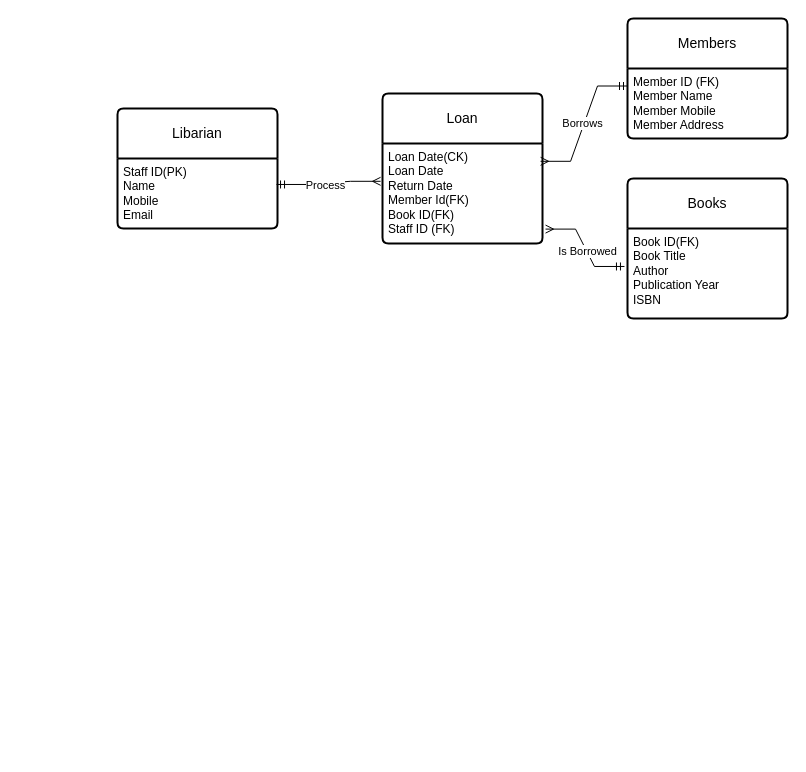
The draw.io diagram Untitled Diagram.drawio in TamaMak/at1, before the edit. Source tidied: cells renumbered, new cells numbered last; positions are measured from the earlier drawing's top-left corner, leaving out a move shared by most shapes. Both pictures are drawn from the tidied source at 100%, with x=0, y=0 at pixel (117, 18).
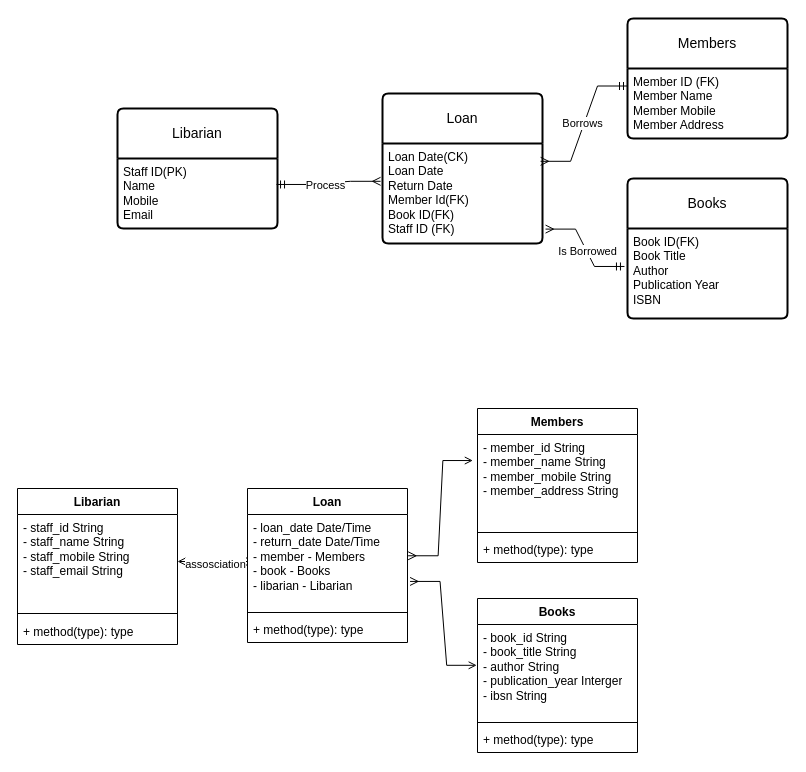
Above is the later version.

Change to the diagram source:
```diff
@@
+    <mxCell id="16" value="Books" style="swimlane;fontStyle=1;align=center;verticalAlign=top;horizontal=1;startSize=26;whiteSpace=wrap;html=1;" parent="1" vertex="1">
+      <mxGeometry x="360" y="580" width="160" height="154" as="geometry" />
+    </mxCell>
+    <mxCell id="17" value="&lt;span style=&quot;text-wrap: nowrap;&quot;&gt;- book_id String&lt;/span&gt;&lt;div style=&quot;text-wrap: nowrap;&quot;&gt;- book_title&amp;nbsp;&lt;span style=&quot;background-color: initial;&quot;&gt;String&lt;/span&gt;&lt;/div&gt;&lt;div style=&quot;text-wrap: nowrap;&quot;&gt;- author&amp;nbsp;&lt;span style=&quot;background-color: initial;&quot;&gt;String&lt;/span&gt;&lt;/div&gt;&lt;div style=&quot;text-wrap: nowrap;&quot;&gt;- publication_year Interger&lt;/div&gt;&lt;div style=&quot;text-wrap: nowrap;&quot;&gt;- ibsn String&lt;/div&gt;" style="text;strokeColor=none;fillColor=none;align=left;verticalAlign=top;spacingLeft=4;spacingRight=4;overflow=hidden;points=[[0,0.5],[1,0.5]];portConstraint=eastwest;whiteSpace=wrap;html=1;" parent="16" vertex="1">
+      <mxGeometry y="26" width="160" height="94" as="geometry" />
+    </mxCell>
+    <mxCell id="18" style="line;strokeWidth=1;fillColor=none;align=left;verticalAlign=middle;spacingTop=-1;spacingLeft=3;spacingRight=3;labelPosition=right;strokeColor=inherit;" parent="16" vertex="1">
+      <mxGeometry y="120" width="160" height="8" as="geometry" />
+    </mxCell>
+    <mxCell id="19" value="+ method(type): type" style="text;strokeColor=none;fillColor=none;align=left;verticalAlign=top;spacingLeft=4;spacingRight=4;overflow=hidden;whiteSpace=wrap;html=1;" parent="16" vertex="1">
+      <mxGeometry y="128" width="160" height="26" as="geometry" />
+    </mxCell>
+    <mxCell id="20" value="Members" style="swimlane;fontStyle=1;align=center;verticalAlign=top;horizontal=1;startSize=26;whiteSpace=wrap;html=1;" parent="1" vertex="1">
+      <mxGeometry x="360" y="390" width="160" height="154" as="geometry" />
+    </mxCell>
+    <mxCell id="21" value="&lt;span style=&quot;text-wrap: nowrap;&quot;&gt;- member_id String&lt;/span&gt;&lt;div style=&quot;text-wrap: nowrap;&quot;&gt;- member_name&amp;nbsp;&lt;span style=&quot;background-color: initial;&quot;&gt;String&lt;/span&gt;&lt;/div&gt;&lt;div style=&quot;text-wrap: nowrap;&quot;&gt;- member_mobile&amp;nbsp;&lt;span style=&quot;background-color: initial;&quot;&gt;String&lt;/span&gt;&lt;/div&gt;&lt;div style=&quot;text-wrap: nowrap;&quot;&gt;- member_address&amp;nbsp;&lt;span style=&quot;background-color: initial;&quot;&gt;String&lt;/span&gt;&lt;/div&gt;" style="text;strokeColor=none;fillColor=none;align=left;verticalAlign=top;spacingLeft=4;spacingRight=4;overflow=hidden;points=[[0,0.5],[1,0.5]];portConstraint=eastwest;whiteSpace=wrap;html=1;" parent="20" vertex="1">
+      <mxGeometry y="26" width="160" height="94" as="geometry" />
+    </mxCell>
+    <mxCell id="22" style="line;strokeWidth=1;fillColor=none;align=left;verticalAlign=middle;spacingTop=-1;spacingLeft=3;spacingRight=3;labelPosition=right;strokeColor=inherit;" parent="20" vertex="1">
+      <mxGeometry y="120" width="160" height="8" as="geometry" />
+    </mxCell>
+    <mxCell id="23" value="+ method(type): type" style="text;strokeColor=none;fillColor=none;align=left;verticalAlign=top;spacingLeft=4;spacingRight=4;overflow=hidden;whiteSpace=wrap;html=1;" parent="20" vertex="1">
+      <mxGeometry y="128" width="160" height="26" as="geometry" />
+    </mxCell>
+    <mxCell id="24" value="Loan" style="swimlane;fontStyle=1;align=center;verticalAlign=top;horizontal=1;startSize=26;whiteSpace=wrap;html=1;" parent="1" vertex="1">
+      <mxGeometry x="130" y="470" width="160" height="154" as="geometry" />
+    </mxCell>
+    <mxCell id="25" value="&lt;div style=&quot;text-wrap: nowrap;&quot;&gt;- loan_date&amp;nbsp;&lt;span style=&quot;background-color: initial;&quot;&gt;Date/Time&lt;/span&gt;&lt;/div&gt;&lt;div style=&quot;text-wrap: nowrap;&quot;&gt;- return_date Date/Time&lt;/div&gt;&lt;div style=&quot;text-wrap: nowrap;&quot;&gt;- member - Members&lt;/div&gt;&lt;div style=&quot;text-wrap: nowrap;&quot;&gt;&lt;span style=&quot;background-color: initial;&quot;&gt;- book - Books&lt;/span&gt;&lt;/div&gt;&lt;div style=&quot;text-wrap: nowrap;&quot;&gt;- libarian - Libarian&lt;/div&gt;" style="text;strokeColor=none;fillColor=none;align=left;verticalAlign=top;spacingLeft=4;spacingRight=4;overflow=hidden;points=[[0,0.5],[1,0.5]];portConstraint=eastwest;whiteSpace=wrap;html=1;" parent="24" vertex="1">
+      <mxGeometry y="26" width="160" height="94" as="geometry" />
+    </mxCell>
+    <mxCell id="26" style="line;strokeWidth=1;fillColor=none;align=left;verticalAlign=middle;spacingTop=-1;spacingLeft=3;spacingRight=3;labelPosition=right;strokeColor=inherit;" parent="24" vertex="1">
+      <mxGeometry y="120" width="160" height="8" as="geometry" />
+    </mxCell>
+    <mxCell id="27" value="+ method(type): type" style="text;strokeColor=none;fillColor=none;align=left;verticalAlign=top;spacingLeft=4;spacingRight=4;overflow=hidden;whiteSpace=wrap;html=1;" parent="24" vertex="1">
+      <mxGeometry y="128" width="160" height="26" as="geometry" />
+    </mxCell>
+    <mxCell id="28" value="Libarian" style="swimlane;fontStyle=1;align=center;verticalAlign=top;horizontal=1;startSize=26;whiteSpace=wrap;html=1;" parent="1" vertex="1">
+      <mxGeometry x="-100" y="470" width="160" height="156" as="geometry" />
+    </mxCell>
+    <mxCell id="29" value="- staff_id String&lt;div&gt;- staff_name String&lt;/div&gt;&lt;div&gt;- staff_mobile String&lt;/div&gt;&lt;div&gt;- staff_email String&lt;/div&gt;" style="text;strokeColor=none;fillColor=none;align=left;verticalAlign=top;spacingLeft=4;spacingRight=4;overflow=hidden;points=[[0,0.5],[1,0.5]];portConstraint=eastwest;whiteSpace=wrap;html=1;" parent="28" vertex="1">
+      <mxGeometry y="26" width="160" height="94" as="geometry" />
+    </mxCell>
+    <mxCell id="30" style="line;strokeWidth=1;fillColor=none;align=left;verticalAlign=middle;spacingTop=-1;spacingLeft=3;spacingRight=3;labelPosition=right;strokeColor=inherit;" parent="28" vertex="1">
+      <mxGeometry y="120" width="160" height="10" as="geometry" />
+    </mxCell>
+    <mxCell id="31" value="+ method(type): type" style="text;strokeColor=none;fillColor=none;align=left;verticalAlign=top;spacingLeft=4;spacingRight=4;overflow=hidden;whiteSpace=wrap;html=1;" parent="28" vertex="1">
+      <mxGeometry y="130" width="160" height="26" as="geometry" />
+    </mxCell>
+    <mxCell id="32" style="edgeStyle=entityRelationEdgeStyle;fontSize=12;html=1;endArrow=ERmany;endFill=0;rounded=0;entryX=0;entryY=0.5;entryDx=0;entryDy=0;exitX=1;exitY=0.5;exitDx=0;exitDy=0;startArrow=open;startFill=0;" parent="1" edge="1" source="29" target="25">
+      <mxGeometry relative="1" as="geometry" />
+    </mxCell>
+    <mxCell id="33" value="assosciation" style="edgeLabel;html=1;align=center;verticalAlign=middle;" parent="32" vertex="1">
+      <mxGeometry x="0.07" y="-2" relative="1" as="geometry" />
+    </mxCell>
+    <mxCell id="34" style="edgeStyle=entityRelationEdgeStyle;fontSize=12;html=1;endArrow=ERmany;endFill=0;rounded=0;entryX=1.004;entryY=0.439;entryDx=0;entryDy=0;entryPerimeter=0;exitX=-0.029;exitY=0.277;exitDx=0;exitDy=0;exitPerimeter=0;startArrow=open;startFill=0;" parent="1" edge="1" source="21" target="25">
+      <mxGeometry relative="1" as="geometry" />
+    </mxCell>
+    <mxCell id="35" style="edgeStyle=entityRelationEdgeStyle;fontSize=12;html=1;endArrow=ERmany;endFill=0;rounded=0;entryX=1.016;entryY=0.712;entryDx=0;entryDy=0;entryPerimeter=0;exitX=-0.005;exitY=0.434;exitDx=0;exitDy=0;exitPerimeter=0;startArrow=open;startFill=0;" parent="1" edge="1" source="17" target="25">
+      <mxGeometry relative="1" as="geometry" />
+    </mxCell>
```
